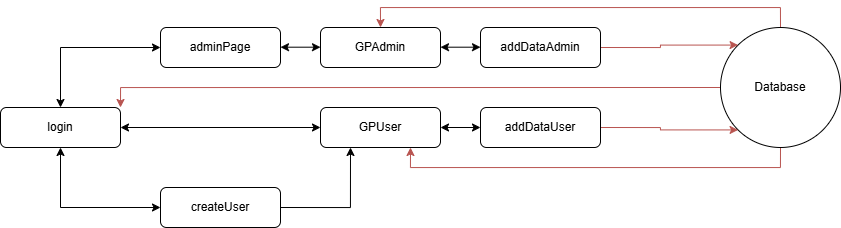
This is CS364_Final_Project_Diagram.drawio.png from CadetWu/CS364FinalProject, a draw.io export, as it was before one commit. Source tidied: cells renumbered, new cells last; positions are measured from the earlier drawing's top-left corner, leaving out a move shared by most shapes. Its diagram source:
```xml
<mxGraphModel>
  <root>
    <mxCell id="0" />
    <mxCell id="1" parent="0" />
    <mxCell id="2" value="adminPage" style="rounded=1;whiteSpace=wrap;html=1;fontSize=12;glass=0;strokeWidth=1;shadow=0;" parent="1" vertex="1">
      <mxGeometry x="160" width="120" height="40" as="geometry" />
    </mxCell>
    <mxCell id="3" style="edgeStyle=orthogonalEdgeStyle;rounded=0;jettySize=auto;html=1;exitX=1;exitY=0.5;exitDx=0;exitDy=0;entryX=0.25;entryY=1;entryDx=0;entryDy=0;" parent="1" edge="1" source="4" target="5">
      <mxGeometry relative="1" as="geometry" />
    </mxCell>
    <mxCell id="4" value="createUser" style="rounded=1;whiteSpace=wrap;html=1;fontSize=12;glass=0;strokeWidth=1;shadow=0;" parent="1" vertex="1">
      <mxGeometry x="160" y="160" width="120" height="40" as="geometry" />
    </mxCell>
    <mxCell id="5" value="GPUser" style="rounded=1;whiteSpace=wrap;html=1;fontSize=12;glass=0;strokeWidth=1;shadow=0;" parent="1" vertex="1">
      <mxGeometry x="320" y="80" width="120" height="40" as="geometry" />
    </mxCell>
    <mxCell id="6" value="login" style="rounded=1;whiteSpace=wrap;html=1;fontSize=12;glass=0;strokeWidth=1;shadow=0;" parent="1" vertex="1">
      <mxGeometry y="80" width="120" height="40" as="geometry" />
    </mxCell>
    <mxCell id="7" style="edgeStyle=orthogonalEdgeStyle;rounded=0;jettySize=auto;html=1;exitX=0;exitY=0.5;exitDx=0;exitDy=0;entryX=1;entryY=0;entryDx=0;entryDy=0;fontColor=#FFD966;fillColor=#f8cecc;strokeColor=#b85450;" parent="1" edge="1" source="10" target="6">
      <mxGeometry relative="1" as="geometry" />
    </mxCell>
    <mxCell id="8" style="edgeStyle=orthogonalEdgeStyle;rounded=0;jettySize=auto;html=1;exitX=0.5;exitY=1;exitDx=0;exitDy=0;entryX=0.75;entryY=1;entryDx=0;entryDy=0;fillColor=#f8cecc;strokeColor=#b85450;" parent="1" edge="1" source="10" target="5">
      <mxGeometry relative="1" as="geometry" />
    </mxCell>
    <mxCell id="9" style="edgeStyle=orthogonalEdgeStyle;rounded=0;jettySize=auto;html=1;exitX=0.5;exitY=0;exitDx=0;exitDy=0;entryX=0.5;entryY=0;entryDx=0;entryDy=0;fillColor=#f8cecc;strokeColor=#b85450;" parent="1" edge="1" source="10" target="11">
      <mxGeometry relative="1" as="geometry" />
    </mxCell>
    <mxCell id="10" value="Database" style="ellipse;whiteSpace=wrap;html=1;" parent="1" vertex="1">
      <mxGeometry x="720" width="120" height="120" as="geometry" />
    </mxCell>
    <mxCell id="11" value="GPAdmin" style="rounded=1;whiteSpace=wrap;html=1;fontSize=12;glass=0;strokeWidth=1;shadow=0;" parent="1" vertex="1">
      <mxGeometry x="320" width="120" height="40" as="geometry" />
    </mxCell>
    <mxCell id="12" style="edgeStyle=orthogonalEdgeStyle;rounded=0;jettySize=auto;html=1;exitX=1;exitY=0.5;exitDx=0;exitDy=0;entryX=0;entryY=0;entryDx=0;entryDy=0;fillColor=#f8cecc;strokeColor=#b85450;" parent="1" edge="1" source="13" target="10">
      <mxGeometry relative="1" as="geometry" />
    </mxCell>
    <mxCell id="13" value="addDataAdmin" style="rounded=1;whiteSpace=wrap;html=1;fontSize=12;glass=0;strokeWidth=1;shadow=0;" parent="1" vertex="1">
      <mxGeometry x="480" width="120" height="40" as="geometry" />
    </mxCell>
    <mxCell id="14" style="edgeStyle=orthogonalEdgeStyle;rounded=0;jettySize=auto;html=1;exitX=1;exitY=0.5;exitDx=0;exitDy=0;entryX=0;entryY=1;entryDx=0;entryDy=0;fillColor=#f8cecc;strokeColor=#b85450;" parent="1" edge="1" source="15" target="10">
      <mxGeometry relative="1" as="geometry" />
    </mxCell>
    <mxCell id="15" value="addDataUser" style="rounded=1;whiteSpace=wrap;html=1;fontSize=12;glass=0;strokeWidth=1;shadow=0;" parent="1" vertex="1">
      <mxGeometry x="480" y="80" width="120" height="40" as="geometry" />
    </mxCell>
    <mxCell id="16" style="endArrow=classic;startArrow=classic;html=1;rounded=0;entryX=0;entryY=0.5;entryDx=0;entryDy=0;exitX=0.5;exitY=1;exitDx=0;exitDy=0;" parent="1" edge="1" source="6" target="4">
      <mxGeometry relative="1" as="geometry">
        <Array as="points">
          <mxPoint x="60" y="180" />
        </Array>
      </mxGeometry>
    </mxCell>
    <mxCell id="17" style="endArrow=classic;startArrow=classic;html=1;rounded=0;entryX=0;entryY=0.5;entryDx=0;entryDy=0;exitX=1;exitY=0.5;exitDx=0;exitDy=0;" parent="1" edge="1" source="6" target="5">
      <mxGeometry relative="1" as="geometry" />
    </mxCell>
    <mxCell id="18" style="endArrow=classic;startArrow=classic;html=1;rounded=0;entryX=0;entryY=0.5;entryDx=0;entryDy=0;exitX=1;exitY=0.5;exitDx=0;exitDy=0;" parent="1" edge="1" source="5" target="15">
      <mxGeometry relative="1" as="geometry" />
    </mxCell>
    <mxCell id="19" style="endArrow=classic;startArrow=classic;html=1;rounded=0;entryX=0;entryY=0.5;entryDx=0;entryDy=0;exitX=1;exitY=0.5;exitDx=0;exitDy=0;" parent="1" edge="1">
      <mxGeometry relative="1" as="geometry">
        <mxPoint x="440" y="19.7" as="sourcePoint" />
        <mxPoint x="480" y="19.7" as="targetPoint" />
      </mxGeometry>
    </mxCell>
    <mxCell id="20" style="endArrow=classic;startArrow=classic;html=1;rounded=0;entryX=0;entryY=0.5;entryDx=0;entryDy=0;exitX=0.5;exitY=0;exitDx=0;exitDy=0;" parent="1" edge="1" source="6" target="2">
      <mxGeometry relative="1" as="geometry">
        <Array as="points">
          <mxPoint x="60" y="20" />
        </Array>
      </mxGeometry>
    </mxCell>
    <mxCell id="21" style="endArrow=classic;startArrow=classic;html=1;rounded=0;entryX=0;entryY=0.5;entryDx=0;entryDy=0;exitX=1;exitY=0.5;exitDx=0;exitDy=0;" parent="1" edge="1">
      <mxGeometry relative="1" as="geometry">
        <mxPoint x="280" y="19.7" as="sourcePoint" />
        <mxPoint x="320" y="19.7" as="targetPoint" />
      </mxGeometry>
    </mxCell>
  </root>
</mxGraphModel>
```
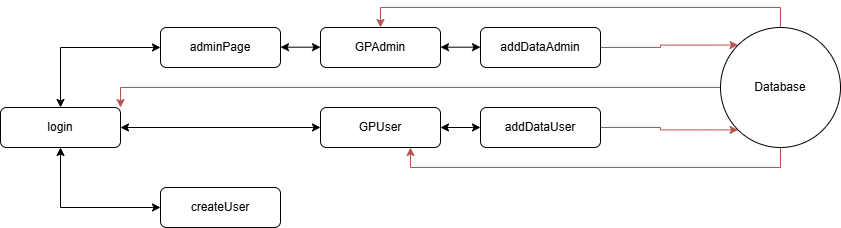
Later version of the same file.

What changed in the source:
```diff
@@ -5,9 +5,6 @@
     <mxCell id="2" value="adminPage" style="rounded=1;whiteSpace=wrap;html=1;fontSize=12;glass=0;strokeWidth=1;shadow=0;" parent="1" vertex="1">
       <mxGeometry x="160" width="120" height="40" as="geometry" />
     </mxCell>
-    <mxCell id="3" style="edgeStyle=orthogonalEdgeStyle;rounded=0;jettySize=auto;html=1;exitX=1;exitY=0.5;exitDx=0;exitDy=0;entryX=0.25;entryY=1;entryDx=0;entryDy=0;" parent="1" edge="1" source="4" target="5">
-      <mxGeometry relative="1" as="geometry" />
-    </mxCell>
     <mxCell id="4" value="createUser" style="rounded=1;whiteSpace=wrap;html=1;fontSize=12;glass=0;strokeWidth=1;shadow=0;" parent="1" vertex="1">
       <mxGeometry x="160" y="160" width="120" height="40" as="geometry" />
     </mxCell>
```
